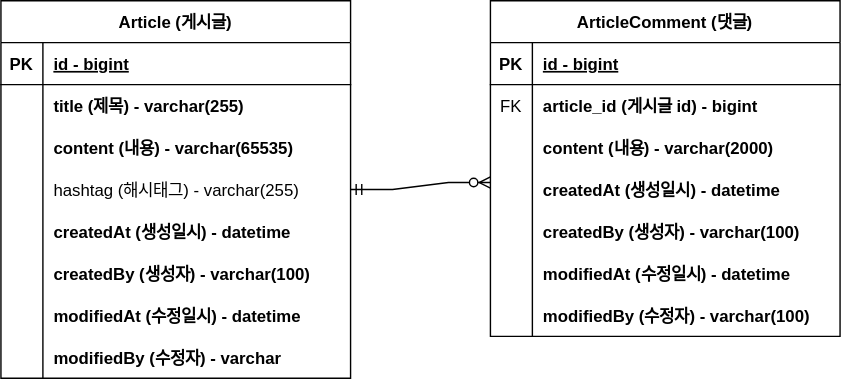
Before: document/project-board-erd.svg, a diagram exported from draw.io (DongHyos/fastcampus-project-board). Source tidied: cells renumbered, new cells last; positions are measured from the earlier drawing's top-left corner, leaving out a move shared by most shapes.
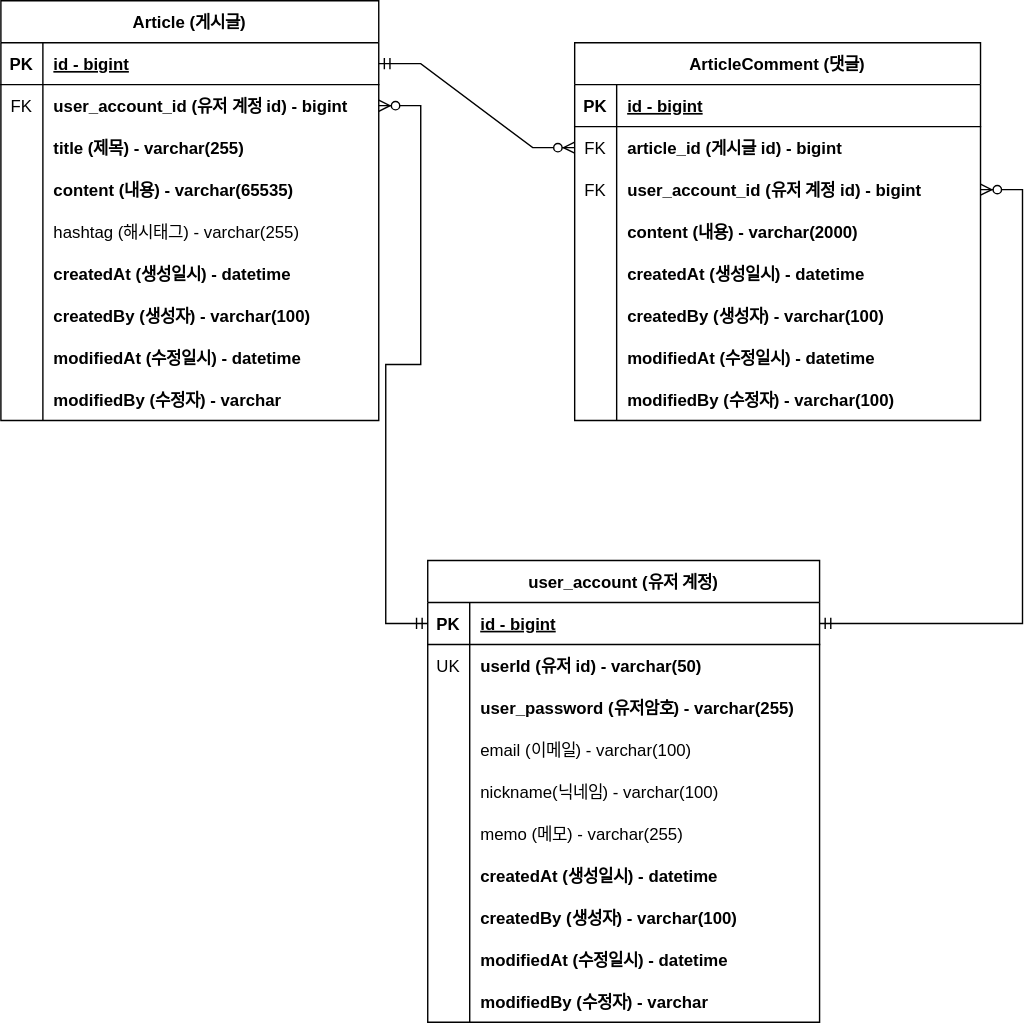
The same file after the commit.

Commit message:
#17 - 회원 계정 도메인 구현 및 erd 반영

The edit, as a diff of the source:
```diff
@@ -5,6 +5,6 @@
     <mxCell id="2" value="Article (게시글)" style="shape=table;startSize=30;rowLines=0;fontStyle=1;align=center;" parent="1" vertex="1">
-      <mxGeometry width="250" height="270" as="geometry" />
+      <mxGeometry width="270" height="300" as="geometry" />
     </mxCell>
     <mxCell id="3" style="shape=partialRectangle;fillColor=none;points=[[0,0.5],[1,0.5]];portConstraint=eastwest;top=0;left=0;right=0;bottom=1;" parent="2" vertex="1">
-      <mxGeometry y="30" width="250" height="30" as="geometry" />
+      <mxGeometry y="30" width="270" height="30" as="geometry" />
     </mxCell>
@@ -14,15 +14,24 @@
     <mxCell id="5" value="id - bigint" style="shape=partialRectangle;overflow=hidden;fillColor=none;top=0;left=0;bottom=0;right=0;align=left;spacingLeft=6;fontStyle=5;" parent="3" vertex="1">
-      <mxGeometry x="30" width="220" height="30" as="geometry" />
+      <mxGeometry x="30" width="240" height="30" as="geometry" />
     </mxCell>
     <mxCell id="6" style="shape=partialRectangle;fillColor=none;points=[[0,0.5],[1,0.5]];portConstraint=eastwest;top=0;left=0;right=0;bottom=0;" parent="2" vertex="1">
-      <mxGeometry y="60" width="250" height="30" as="geometry" />
+      <mxGeometry y="60" width="270" height="30" as="geometry" />
     </mxCell>
-    <mxCell id="7" style="shape=partialRectangle;overflow=hidden;fillColor=none;top=0;left=0;bottom=0;right=0;" parent="6" vertex="1">
+    <mxCell id="7" value="FK" style="shape=partialRectangle;overflow=hidden;fillColor=none;top=0;left=0;bottom=0;right=0;" parent="6" vertex="1">
       <mxGeometry width="30" height="30" as="geometry" />
     </mxCell>
-    <mxCell id="8" value="title (제목) - varchar(255)" style="shape=partialRectangle;overflow=hidden;fillColor=none;top=0;left=0;bottom=0;right=0;align=left;spacingLeft=6;fontStyle=1;" parent="6" vertex="1">
-      <mxGeometry x="30" width="220" height="30" as="geometry" />
+    <mxCell id="8" value="user_account_id (유저 계정 id) - bigint" style="shape=partialRectangle;overflow=hidden;fillColor=none;top=0;left=0;bottom=0;right=0;align=left;spacingLeft=6;fontStyle=1;" parent="6" vertex="1">
+      <mxGeometry x="30" width="240" height="30" as="geometry" />
     </mxCell>
+    <mxCell id="50" style="shape=partialRectangle;fillColor=none;top=0;left=0;right=0;bottom=0;" parent="2" vertex="1">
+      <mxGeometry y="90" width="270" height="30" as="geometry" />
+    </mxCell>
+    <mxCell id="51" style="shape=partialRectangle;overflow=hidden;fillColor=none;top=0;left=0;bottom=0;right=0;" parent="50" vertex="1">
+      <mxGeometry width="30" height="30" as="geometry" />
+    </mxCell>
+    <mxCell id="52" value="title (제목) - varchar(255)" style="shape=partialRectangle;overflow=hidden;fillColor=none;top=0;left=0;bottom=0;right=0;align=left;spacingLeft=6;fontStyle=1;" parent="50" vertex="1">
+      <mxGeometry x="30" width="240" height="30" as="geometry" />
+    </mxCell>
     <mxCell id="9" style="shape=partialRectangle;fillColor=none;top=0;left=0;right=0;bottom=0;" parent="2" vertex="1">
-      <mxGeometry y="90" width="250" height="30" as="geometry" />
+      <mxGeometry y="120" width="270" height="30" as="geometry" />
     </mxCell>
@@ -32,6 +41,6 @@
     <mxCell id="11" value="content (내용) - varchar(65535)" style="shape=partialRectangle;overflow=hidden;fillColor=none;top=0;left=0;bottom=0;right=0;align=left;spacingLeft=6;fontStyle=1;" parent="9" vertex="1">
-      <mxGeometry x="30" width="220" height="30" as="geometry" />
+      <mxGeometry x="30" width="240" height="30" as="geometry" />
     </mxCell>
     <mxCell id="12" style="shape=partialRectangle;fillColor=none;points=[[0,0.5],[1,0.5]];portConstraint=eastwest;top=0;left=0;right=0;bottom=0;" parent="2" vertex="1">
-      <mxGeometry y="120" width="250" height="30" as="geometry" />
+      <mxGeometry y="150" width="270" height="30" as="geometry" />
     </mxCell>
@@ -41,6 +50,6 @@
     <mxCell id="14" value="hashtag (해시태그) - varchar(255)" style="shape=partialRectangle;overflow=hidden;fillColor=none;top=0;left=0;bottom=0;right=0;align=left;spacingLeft=6;" parent="12" vertex="1">
-      <mxGeometry x="30" width="220" height="30" as="geometry" />
+      <mxGeometry x="30" width="240" height="30" as="geometry" />
     </mxCell>
     <mxCell id="15" style="shape=partialRectangle;fillColor=none;top=0;left=0;right=0;bottom=0;" parent="2" vertex="1">
-      <mxGeometry y="150" width="250" height="30" as="geometry" />
+      <mxGeometry y="180" width="270" height="30" as="geometry" />
     </mxCell>
@@ -50,6 +59,6 @@
     <mxCell id="17" value="createdAt (생성일시) - datetime" style="shape=partialRectangle;overflow=hidden;fillColor=none;top=0;left=0;bottom=0;right=0;align=left;spacingLeft=6;fontStyle=1;" parent="15" vertex="1">
-      <mxGeometry x="30" width="220" height="30" as="geometry" />
+      <mxGeometry x="30" width="240" height="30" as="geometry" />
     </mxCell>
     <mxCell id="18" style="shape=partialRectangle;fillColor=none;top=0;left=0;right=0;bottom=0;" parent="2" vertex="1">
-      <mxGeometry y="180" width="250" height="30" as="geometry" />
+      <mxGeometry y="210" width="270" height="30" as="geometry" />
     </mxCell>
@@ -59,6 +68,6 @@
     <mxCell id="20" value="createdBy (생성자) - varchar(100)" style="shape=partialRectangle;overflow=hidden;fillColor=none;top=0;left=0;bottom=0;right=0;align=left;spacingLeft=6;fontStyle=1;" parent="18" vertex="1">
-      <mxGeometry x="30" width="220" height="30" as="geometry" />
+      <mxGeometry x="30" width="240" height="30" as="geometry" />
     </mxCell>
     <mxCell id="21" style="shape=partialRectangle;fillColor=none;top=0;left=0;right=0;bottom=0;" parent="2" vertex="1">
-      <mxGeometry y="210" width="250" height="30" as="geometry" />
+      <mxGeometry y="240" width="270" height="30" as="geometry" />
     </mxCell>
@@ -68,6 +77,6 @@
     <mxCell id="23" value="modifiedAt (수정일시) - datetime" style="shape=partialRectangle;overflow=hidden;fillColor=none;top=0;left=0;bottom=0;right=0;align=left;spacingLeft=6;fontStyle=1;" parent="21" vertex="1">
-      <mxGeometry x="30" width="220" height="30" as="geometry" />
+      <mxGeometry x="30" width="240" height="30" as="geometry" />
     </mxCell>
     <mxCell id="24" style="shape=partialRectangle;fillColor=none;top=0;left=0;right=0;bottom=0;" parent="2" vertex="1">
-      <mxGeometry y="240" width="250" height="30" as="geometry" />
+      <mxGeometry y="270" width="270" height="30" as="geometry" />
     </mxCell>
@@ -77,9 +86,9 @@
     <mxCell id="26" value="modifiedBy (수정자) - varchar " style="shape=partialRectangle;overflow=hidden;fillColor=none;top=0;left=0;bottom=0;right=0;align=left;spacingLeft=6;fontStyle=1;" parent="24" vertex="1">
-      <mxGeometry x="30" width="220" height="30" as="geometry" />
+      <mxGeometry x="30" width="240" height="30" as="geometry" />
     </mxCell>
     <mxCell id="27" value="ArticleComment (댓글)" style="shape=table;startSize=30;rowLines=0;fontStyle=1;align=center;" parent="1" vertex="1">
-      <mxGeometry x="350" width="250" height="240" as="geometry" />
+      <mxGeometry x="410" y="30" width="290" height="270" as="geometry" />
     </mxCell>
     <mxCell id="28" style="shape=partialRectangle;fillColor=none;top=0;left=0;right=0;bottom=1;" parent="27" vertex="1">
-      <mxGeometry y="30" width="250" height="30" as="geometry" />
+      <mxGeometry y="30" width="290" height="30" as="geometry" />
     </mxCell>
@@ -89,6 +98,6 @@
     <mxCell id="30" value="id - bigint" style="shape=partialRectangle;overflow=hidden;fillColor=none;top=0;left=0;bottom=0;right=0;align=left;spacingLeft=6;fontStyle=5;" parent="28" vertex="1">
-      <mxGeometry x="30" width="220" height="30" as="geometry" />
+      <mxGeometry x="30" width="260" height="30" as="geometry" />
     </mxCell>
     <mxCell id="31" style="shape=partialRectangle;fillColor=none;points=[[0,0.5],[1,0.5]];portConstraint=eastwest;top=0;left=0;right=0;bottom=0;" parent="27" vertex="1">
-      <mxGeometry y="60" width="250" height="30" as="geometry" />
+      <mxGeometry y="60" width="290" height="30" as="geometry" />
     </mxCell>
@@ -98,6 +107,15 @@
     <mxCell id="33" value="article_id (게시글 id) - bigint" style="shape=partialRectangle;overflow=hidden;fillColor=none;top=0;left=0;bottom=0;right=0;align=left;spacingLeft=6;fontStyle=1;" parent="31" vertex="1">
-      <mxGeometry x="30" width="220" height="30" as="geometry" />
+      <mxGeometry x="30" width="260" height="30" as="geometry" />
     </mxCell>
+    <mxCell id="53" style="shape=partialRectangle;fillColor=none;points=[[0,0.5],[1,0.5]];portConstraint=eastwest;top=0;left=0;right=0;bottom=0;" parent="27" vertex="1">
+      <mxGeometry y="90" width="290" height="30" as="geometry" />
+    </mxCell>
+    <mxCell id="54" value="FK" style="shape=partialRectangle;overflow=hidden;fillColor=none;top=0;left=0;bottom=0;right=0;" parent="53" vertex="1">
+      <mxGeometry width="30" height="30" as="geometry" />
+    </mxCell>
+    <mxCell id="55" value="user_account_id (유저 계정 id) - bigint" style="shape=partialRectangle;overflow=hidden;fillColor=none;top=0;left=0;bottom=0;right=0;align=left;spacingLeft=6;fontStyle=1;" parent="53" vertex="1">
+      <mxGeometry x="30" width="260" height="30" as="geometry" />
+    </mxCell>
     <mxCell id="34" style="shape=partialRectangle;fillColor=none;top=0;left=0;right=0;bottom=0;" parent="27" vertex="1">
-      <mxGeometry y="90" width="250" height="30" as="geometry" />
+      <mxGeometry y="120" width="290" height="30" as="geometry" />
     </mxCell>
@@ -107,6 +125,6 @@
     <mxCell id="36" value="content (내용) - varchar(2000)" style="shape=partialRectangle;overflow=hidden;fillColor=none;top=0;left=0;bottom=0;right=0;align=left;spacingLeft=6;fontStyle=1;" parent="34" vertex="1">
-      <mxGeometry x="30" width="220" height="30" as="geometry" />
+      <mxGeometry x="30" width="260" height="30" as="geometry" />
     </mxCell>
     <mxCell id="37" style="shape=partialRectangle;fillColor=none;top=0;left=0;right=0;bottom=0;" parent="27" vertex="1">
-      <mxGeometry y="120" width="250" height="30" as="geometry" />
+      <mxGeometry y="150" width="290" height="30" as="geometry" />
     </mxCell>
@@ -116,6 +134,6 @@
     <mxCell id="39" value="createdAt (생성일시) - datetime" style="shape=partialRectangle;overflow=hidden;fillColor=none;top=0;left=0;bottom=0;right=0;align=left;spacingLeft=6;fontStyle=1;" parent="37" vertex="1">
-      <mxGeometry x="30" width="220" height="30" as="geometry" />
+      <mxGeometry x="30" width="260" height="30" as="geometry" />
     </mxCell>
     <mxCell id="40" style="shape=partialRectangle;fillColor=none;top=0;left=0;right=0;bottom=0;" parent="27" vertex="1">
-      <mxGeometry y="150" width="250" height="30" as="geometry" />
+      <mxGeometry y="180" width="290" height="30" as="geometry" />
     </mxCell>
@@ -125,6 +143,6 @@
     <mxCell id="42" value="createdBy (생성자) - varchar(100)" style="shape=partialRectangle;overflow=hidden;fillColor=none;top=0;left=0;bottom=0;right=0;align=left;spacingLeft=6;fontStyle=1;" parent="40" vertex="1">
-      <mxGeometry x="30" width="220" height="30" as="geometry" />
+      <mxGeometry x="30" width="260" height="30" as="geometry" />
     </mxCell>
     <mxCell id="43" style="shape=partialRectangle;fillColor=none;top=0;left=0;right=0;bottom=0;" parent="27" vertex="1">
-      <mxGeometry y="180" width="250" height="30" as="geometry" />
+      <mxGeometry y="210" width="290" height="30" as="geometry" />
     </mxCell>
@@ -134,6 +152,6 @@
     <mxCell id="45" value="modifiedAt (수정일시) - datetime" style="shape=partialRectangle;overflow=hidden;fillColor=none;top=0;left=0;bottom=0;right=0;align=left;spacingLeft=6;fontStyle=1;" parent="43" vertex="1">
-      <mxGeometry x="30" width="220" height="30" as="geometry" />
+      <mxGeometry x="30" width="260" height="30" as="geometry" />
     </mxCell>
     <mxCell id="46" style="shape=partialRectangle;fillColor=none;top=0;left=0;right=0;bottom=0;" parent="27" vertex="1">
-      <mxGeometry y="210" width="250" height="30" as="geometry" />
+      <mxGeometry y="240" width="290" height="30" as="geometry" />
     </mxCell>
@@ -143,9 +161,106 @@
     <mxCell id="48" value="modifiedBy (수정자) - varchar(100)" style="shape=partialRectangle;overflow=hidden;fillColor=none;top=0;left=0;bottom=0;right=0;align=left;spacingLeft=6;fontStyle=1;" parent="46" vertex="1">
-      <mxGeometry x="30" width="220" height="30" as="geometry" />
+      <mxGeometry x="30" width="260" height="30" as="geometry" />
     </mxCell>
-    <mxCell id="49" style="edgeStyle=entityRelationEdgeStyle;fontSize=12;html=1;endArrow=ERzeroToMany;startArrow=ERmandOne;rounded=0;" parent="1" edge="1" source="12">
-      <mxGeometry relative="1" as="geometry">
-        <mxPoint x="350" y="130" as="targetPoint" />
-      </mxGeometry>
+    <mxCell id="49" style="edgeStyle=entityRelationEdgeStyle;fontSize=12;html=1;endArrow=ERzeroToMany;startArrow=ERmandOne;rounded=0;exitX=1;exitY=0.5;exitDx=0;exitDy=0;" parent="1" edge="1" source="3" target="31">
+      <mxGeometry relative="1" as="geometry" />
     </mxCell>
+    <mxCell id="56" value="user_account (유저 계정)" style="shape=table;startSize=30;rowLines=0;fontStyle=1;align=center;" parent="1" vertex="1">
+      <mxGeometry x="305" y="400" width="280" height="330" as="geometry" />
+    </mxCell>
+    <mxCell id="57" style="shape=partialRectangle;fillColor=none;points=[[0,0.5],[1,0.5]];portConstraint=eastwest;top=0;left=0;right=0;bottom=1;" parent="56" vertex="1">
+      <mxGeometry y="30" width="280" height="30" as="geometry" />
+    </mxCell>
+    <mxCell id="58" value="PK" style="shape=partialRectangle;overflow=hidden;fillColor=none;top=0;left=0;bottom=0;right=0;fontStyle=1;" parent="57" vertex="1">
+      <mxGeometry width="30" height="30" as="geometry" />
+    </mxCell>
+    <mxCell id="59" value="id - bigint" style="shape=partialRectangle;overflow=hidden;fillColor=none;top=0;left=0;bottom=0;right=0;align=left;spacingLeft=6;fontStyle=5;" parent="57" vertex="1">
+      <mxGeometry x="30" width="250" height="30" as="geometry" />
+    </mxCell>
+    <mxCell id="60" style="shape=partialRectangle;fillColor=none;top=0;left=0;right=0;bottom=0;" parent="56" vertex="1">
+      <mxGeometry y="60" width="280" height="30" as="geometry" />
+    </mxCell>
+    <mxCell id="61" value="UK" style="shape=partialRectangle;overflow=hidden;fillColor=none;top=0;left=0;bottom=0;right=0;" parent="60" vertex="1">
+      <mxGeometry width="30" height="30" as="geometry" />
+    </mxCell>
+    <mxCell id="62" value="userId (유저 id) - varchar(50)" style="shape=partialRectangle;overflow=hidden;fillColor=none;top=0;left=0;bottom=0;right=0;align=left;spacingLeft=6;fontStyle=1;" parent="60" vertex="1">
+      <mxGeometry x="30" width="250" height="30" as="geometry" />
+    </mxCell>
+    <mxCell id="63" style="shape=partialRectangle;fillColor=none;top=0;left=0;right=0;bottom=0;" parent="56" vertex="1">
+      <mxGeometry y="90" width="280" height="30" as="geometry" />
+    </mxCell>
+    <mxCell id="64" style="shape=partialRectangle;overflow=hidden;fillColor=none;top=0;left=0;bottom=0;right=0;" parent="63" vertex="1">
+      <mxGeometry width="30" height="30" as="geometry" />
+    </mxCell>
+    <mxCell id="65" value="user_password (유저암호) - varchar(255)" style="shape=partialRectangle;overflow=hidden;fillColor=none;top=0;left=0;bottom=0;right=0;align=left;spacingLeft=6;fontStyle=1;" parent="63" vertex="1">
+      <mxGeometry x="30" width="250" height="30" as="geometry" />
+    </mxCell>
+    <mxCell id="66" style="shape=partialRectangle;fillColor=none;top=0;left=0;right=0;bottom=0;" parent="56" vertex="1">
+      <mxGeometry y="120" width="280" height="30" as="geometry" />
+    </mxCell>
+    <mxCell id="67" style="shape=partialRectangle;overflow=hidden;fillColor=none;top=0;left=0;bottom=0;right=0;" parent="66" vertex="1">
+      <mxGeometry width="30" height="30" as="geometry" />
+    </mxCell>
+    <mxCell id="68" value="email (이메일) - varchar(100)" style="shape=partialRectangle;overflow=hidden;fillColor=none;top=0;left=0;bottom=0;right=0;align=left;spacingLeft=6;fontStyle=0;" parent="66" vertex="1">
+      <mxGeometry x="30" width="250" height="30" as="geometry" />
+    </mxCell>
+    <mxCell id="69" style="shape=partialRectangle;fillColor=none;top=0;left=0;right=0;bottom=0;" parent="56" vertex="1">
+      <mxGeometry y="150" width="280" height="30" as="geometry" />
+    </mxCell>
+    <mxCell id="70" style="shape=partialRectangle;overflow=hidden;fillColor=none;top=0;left=0;bottom=0;right=0;" parent="69" vertex="1">
+      <mxGeometry width="30" height="30" as="geometry" />
+    </mxCell>
+    <mxCell id="71" value="nickname(닉네임) - varchar(100)" style="shape=partialRectangle;overflow=hidden;fillColor=none;top=0;left=0;bottom=0;right=0;align=left;spacingLeft=6;" parent="69" vertex="1">
+      <mxGeometry x="30" width="250" height="30" as="geometry" />
+    </mxCell>
+    <mxCell id="72" style="shape=partialRectangle;fillColor=none;top=0;left=0;right=0;bottom=0;" parent="56" vertex="1">
+      <mxGeometry y="180" width="280" height="30" as="geometry" />
+    </mxCell>
+    <mxCell id="73" style="shape=partialRectangle;overflow=hidden;fillColor=none;top=0;left=0;bottom=0;right=0;" parent="72" vertex="1">
+      <mxGeometry width="30" height="30" as="geometry" />
+    </mxCell>
+    <mxCell id="74" value="memo (메모) - varchar(255)" style="shape=partialRectangle;overflow=hidden;fillColor=none;top=0;left=0;bottom=0;right=0;align=left;spacingLeft=6;" parent="72" vertex="1">
+      <mxGeometry x="30" width="250" height="30" as="geometry" />
+    </mxCell>
+    <mxCell id="75" style="shape=partialRectangle;fillColor=none;top=0;left=0;right=0;bottom=0;" parent="56" vertex="1">
+      <mxGeometry y="210" width="280" height="30" as="geometry" />
+    </mxCell>
+    <mxCell id="76" style="shape=partialRectangle;overflow=hidden;fillColor=none;top=0;left=0;bottom=0;right=0;" parent="75" vertex="1">
+      <mxGeometry width="30" height="30" as="geometry" />
+    </mxCell>
+    <mxCell id="77" value="createdAt (생성일시) - datetime" style="shape=partialRectangle;overflow=hidden;fillColor=none;top=0;left=0;bottom=0;right=0;align=left;spacingLeft=6;fontStyle=1;" parent="75" vertex="1">
+      <mxGeometry x="30" width="250" height="30" as="geometry" />
+    </mxCell>
+    <mxCell id="78" style="shape=partialRectangle;fillColor=none;top=0;left=0;right=0;bottom=0;" parent="56" vertex="1">
+      <mxGeometry y="240" width="280" height="30" as="geometry" />
+    </mxCell>
+    <mxCell id="79" style="shape=partialRectangle;overflow=hidden;fillColor=none;top=0;left=0;bottom=0;right=0;" parent="78" vertex="1">
+      <mxGeometry width="30" height="30" as="geometry" />
+    </mxCell>
+    <mxCell id="80" value="createdBy (생성자) - varchar(100)" style="shape=partialRectangle;overflow=hidden;fillColor=none;top=0;left=0;bottom=0;right=0;align=left;spacingLeft=6;fontStyle=1;" parent="78" vertex="1">
+      <mxGeometry x="30" width="250" height="30" as="geometry" />
+    </mxCell>
+    <mxCell id="81" style="shape=partialRectangle;fillColor=none;top=0;left=0;right=0;bottom=0;" parent="56" vertex="1">
+      <mxGeometry y="270" width="280" height="30" as="geometry" />
+    </mxCell>
+    <mxCell id="82" style="shape=partialRectangle;overflow=hidden;fillColor=none;top=0;left=0;bottom=0;right=0;" parent="81" vertex="1">
+      <mxGeometry width="30" height="30" as="geometry" />
+    </mxCell>
+    <mxCell id="83" value="modifiedAt (수정일시) - datetime" style="shape=partialRectangle;overflow=hidden;fillColor=none;top=0;left=0;bottom=0;right=0;align=left;spacingLeft=6;fontStyle=1;" parent="81" vertex="1">
+      <mxGeometry x="30" width="250" height="30" as="geometry" />
+    </mxCell>
+    <mxCell id="84" style="shape=partialRectangle;fillColor=none;top=0;left=0;right=0;bottom=0;" parent="56" vertex="1">
+      <mxGeometry y="300" width="280" height="30" as="geometry" />
+    </mxCell>
+    <mxCell id="85" style="shape=partialRectangle;overflow=hidden;fillColor=none;top=0;left=0;bottom=0;right=0;" parent="84" vertex="1">
+      <mxGeometry width="30" height="30" as="geometry" />
+    </mxCell>
+    <mxCell id="86" value="modifiedBy (수정자) - varchar " style="shape=partialRectangle;overflow=hidden;fillColor=none;top=0;left=0;bottom=0;right=0;align=left;spacingLeft=6;fontStyle=1;" parent="84" vertex="1">
+      <mxGeometry x="30" width="250" height="30" as="geometry" />
+    </mxCell>
+    <mxCell id="87" style="edgeStyle=entityRelationEdgeStyle;fontSize=12;html=1;endArrow=ERzeroToMany;startArrow=ERmandOne;rounded=0;" parent="1" edge="1" source="57" target="53">
+      <mxGeometry relative="1" as="geometry" />
+    </mxCell>
+    <mxCell id="88" style="edgeStyle=entityRelationEdgeStyle;fontSize=12;html=1;endArrow=ERzeroToMany;startArrow=ERmandOne;rounded=0;" parent="1" edge="1" source="57" target="6">
+      <mxGeometry relative="1" as="geometry" />
+    </mxCell>
   </root>
```
